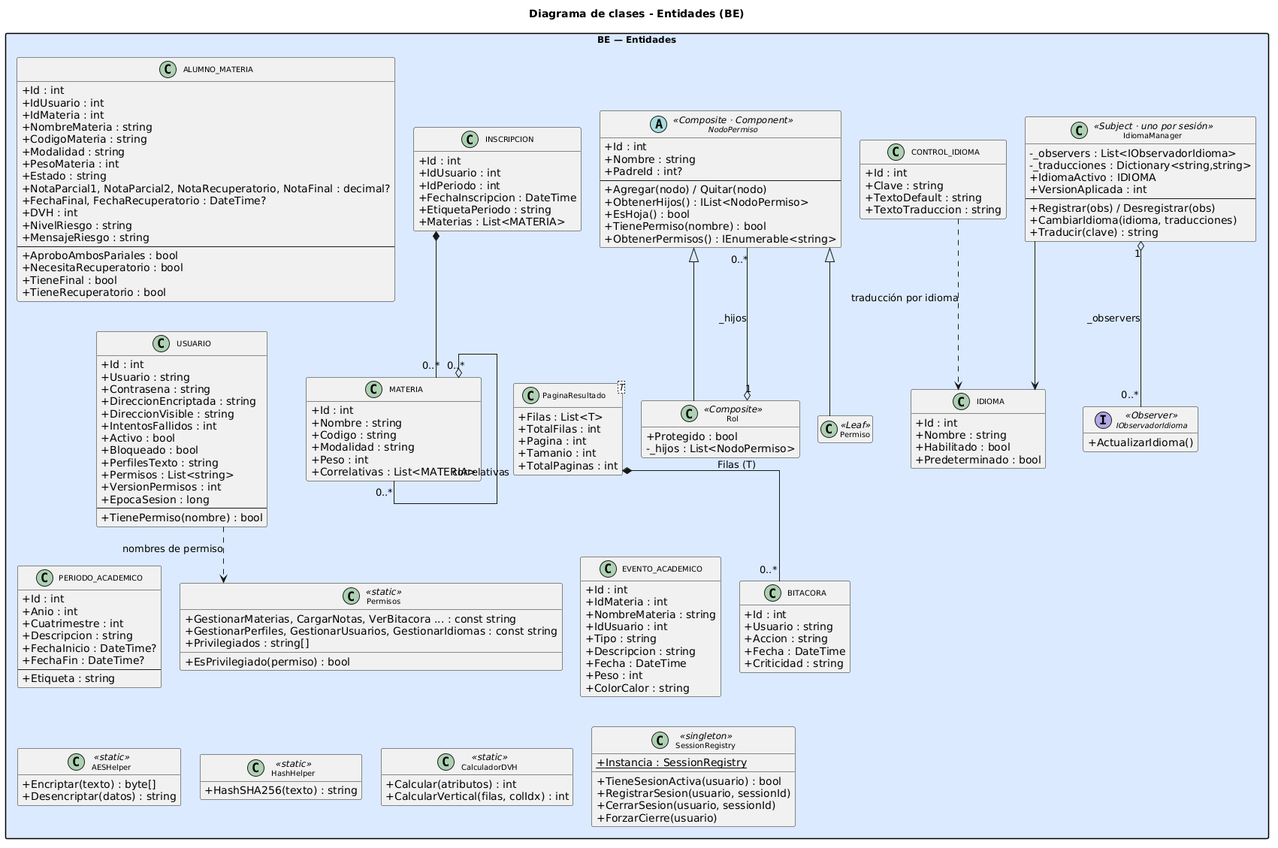
This is DIAGRAMAS/DiagramaClases_BE.png from Urrels/tpDYAWeb, a PlantUML export, as it was before one commit.
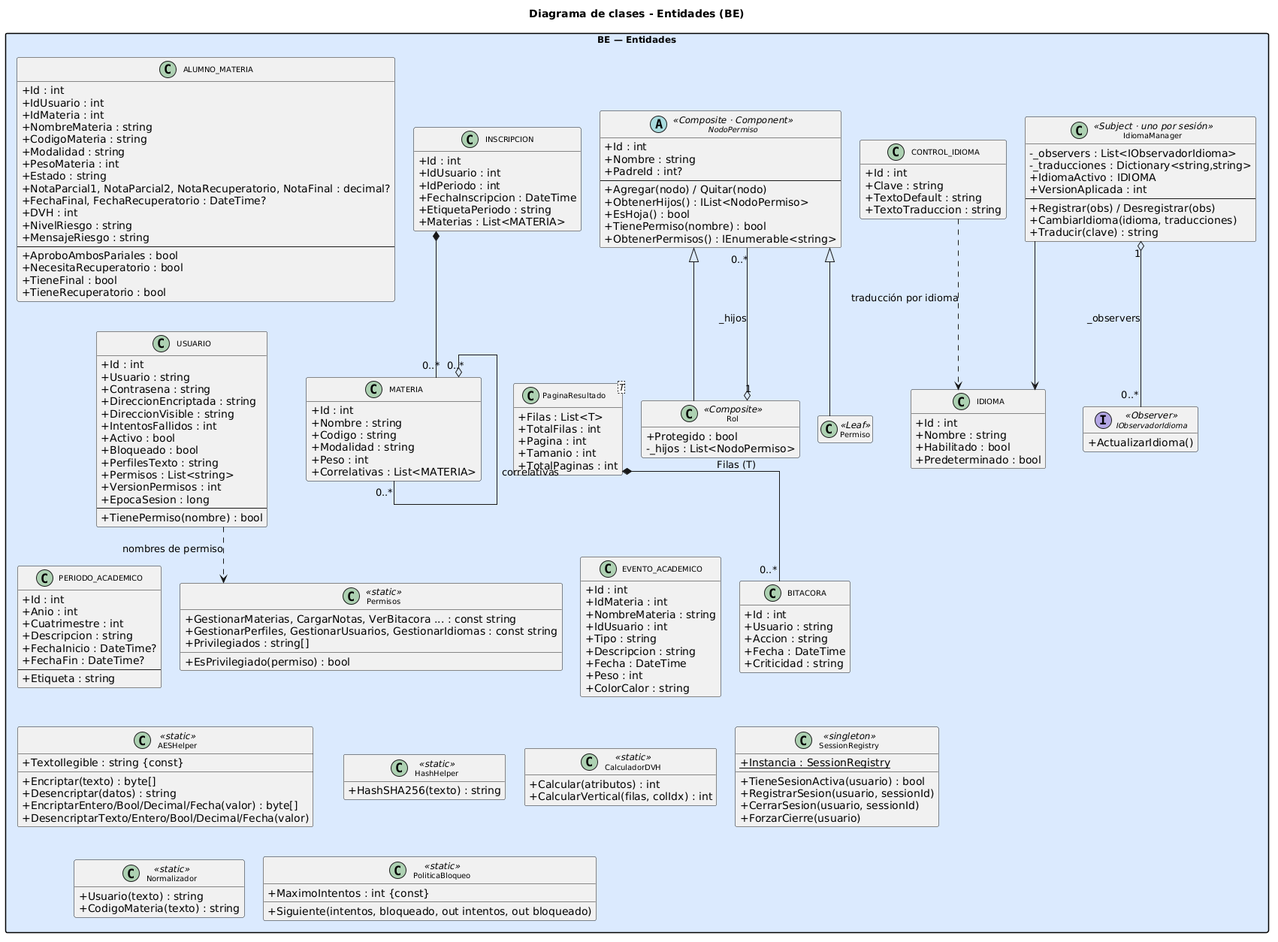
Later version of the same file.

Diff of the diagram source:
```diff
@@ -12,209 +12,196 @@
 skinparam nodesep 12
 skinparam ranksep 40
 skinparam nodesep 25
-
 package "BE — Entidades" as BE #DBEAFE {
-
-  class USUARIO {
-    +Id : int
-    +Usuario : string
-    +Contrasena : string
-    +DireccionEncriptada : string
-    +DireccionVisible : string
-    +IntentosFallidos : int
-    +Activo : bool
-    +Bloqueado : bool
-    +PerfilesTexto : string
-    +Permisos : List<string>
-    +VersionPermisos : int
-    +EpocaSesion : long
-    --
-    +TienePermiso(nombre) : bool
-  }
-
-  class MATERIA {
-    +Id : int
-    +Nombre : string
-    +Codigo : string
-    +Modalidad : string
-    +Peso : int
-    +Correlativas : List<MATERIA>
-  }
-
-  class ALUMNO_MATERIA {
-    +Id : int
-    +IdUsuario : int
-    +IdMateria : int
-    +NombreMateria : string
-    +CodigoMateria : string
-    +Modalidad : string
-    +PesoMateria : int
-    +Estado : string
-    +NotaParcial1, NotaParcial2, NotaRecuperatorio, NotaFinal : decimal?
-    +FechaFinal, FechaRecuperatorio : DateTime?
-    +DVH : int
-    +NivelRiesgo : string
-    +MensajeRiesgo : string
-    --
-    +AproboAmbosPariales : bool
-    +NecesitaRecuperatorio : bool
-    +TieneFinal : bool
-    +TieneRecuperatorio : bool
-  }
-
-  class INSCRIPCION {
-    +Id : int
-    +IdUsuario : int
-    +IdPeriodo : int
-    +FechaInscripcion : DateTime
-    +EtiquetaPeriodo : string
-    +Materias : List<MATERIA>
-  }
-
-  class PERIODO_ACADEMICO {
-    +Id : int
-    +Anio : int
-    +Cuatrimestre : int
-    +Descripcion : string
-    +FechaInicio : DateTime?
-    +FechaFin : DateTime?
-    --
-    +Etiqueta : string
-  }
-
-  class EVENTO_ACADEMICO {
-    +Id : int
-    +IdMateria : int
-    +NombreMateria : string
-    +IdUsuario : int
-    +Tipo : string
-    +Descripcion : string
-    +Fecha : DateTime
-    +Peso : int
-    +ColorCalor : string
-  }
-
-  class BITACORA {
-    +Id : int
-    +Usuario : string
-    +Accion : string
-    +Fecha : DateTime
-    +Criticidad : string
-  }
-
-  abstract class NodoPermiso <<Composite · Component>> {
-    +Id : int
-    +Nombre : string
-    +PadreId : int?
-    --
-    +Agregar(nodo) / Quitar(nodo)
-    +ObtenerHijos() : IList<NodoPermiso>
-    +EsHoja() : bool
-    +TienePermiso(nombre) : bool
-    +ObtenerPermisos() : IEnumerable<string>
-  }
-
-  class Rol <<Composite>> {
-    +Protegido : bool
-    -_hijos : List<NodoPermiso>
-  }
-
-  class Permiso <<Leaf>> {
-  }
-
-  class Permisos <<static>> {
-    +GestionarMaterias, CargarNotas, VerBitacora ... : const string
-    +GestionarPerfiles, GestionarUsuarios, GestionarIdiomas : const string
-    +Privilegiados : string[]
-    +EsPrivilegiado(permiso) : bool
-  }
-
-  class IDIOMA {
-    +Id : int
-    +Nombre : string
-    +Habilitado : bool
-    +Predeterminado : bool
-  }
-
-  class CONTROL_IDIOMA {
-    +Id : int
-    +Clave : string
-    +TextoDefault : string
-    +TextoTraduccion : string
-  }
-
-  interface IObservadorIdioma <<Observer>> {
-    +ActualizarIdioma()
-  }
-
-  class IdiomaManager <<Subject · uno por sesión>> {
-    -_observers : List<IObservadorIdioma>
-    -_traducciones : Dictionary<string,string>
-    +IdiomaActivo : IDIOMA
-    +VersionAplicada : int
-    --
-    +Registrar(obs) / Desregistrar(obs)
-    +CambiarIdioma(idioma, traducciones)
-    +Traducir(clave) : string
-  }
-
-  class "PaginaResultado<T>" as PaginaResultado {
-    +Filas : List<T>
-    +TotalFilas : int
-    +Pagina : int
-    +Tamanio : int
-    +TotalPaginas : int
-  }
-
-  class AESHelper <<static>> {
-    +Encriptar(texto) : byte[]
-    +Desencriptar(datos) : string
-  }
-
-  class HashHelper <<static>> {
-    +HashSHA256(texto) : string
-  }
-
-  class CalculadorDVH <<static>> {
-    +Calcular(atributos) : int
-    +CalcularVertical(filas, colIdx) : int
-  }
-
-
-
-  class SessionRegistry <<singleton>> {
-    +Instancia : SessionRegistry {static}
-    +TieneSesionActiva(usuario) : bool
-    +RegistrarSesion(usuario, sessionId)
-    +CerrarSesion(usuario, sessionId)
-    +ForzarCierre(usuario)
-  }
-
-  MATERIA "0..*" o-- "0..*" MATERIA : correlativas
-  NodoPermiso <|-- Rol
-  NodoPermiso <|-- Permiso
-  Rol "1" o-- "0..*" NodoPermiso : _hijos
-  USUARIO ..> Permisos : nombres de permiso
-  IdiomaManager "1" o-- "0..*" IObservadorIdioma : _observers
-  IdiomaManager --> IDIOMA
-  CONTROL_IDIOMA ..> IDIOMA : traducción por idioma
-  INSCRIPCION *-- "0..*" MATERIA
-  PaginaResultado *-- "0..*" BITACORA : Filas (T)
-
-
-  USUARIO           -[hidden]right-> MATERIA
-  MATERIA           -[hidden]right-> ALUMNO_MATERIA
-  ALUMNO_MATERIA    -[hidden]right-> INSCRIPCION
-  PERIODO_ACADEMICO -[hidden]right-> EVENTO_ACADEMICO
-  EVENTO_ACADEMICO  -[hidden]right-> BITACORA
-  BITACORA          -[hidden]right-> PaginaResultado
-  USUARIO           -[hidden]down-> PERIODO_ACADEMICO
-  MATERIA           -[hidden]down-> EVENTO_ACADEMICO
-  ALUMNO_MATERIA    -[hidden]down-> BITACORA
-  INSCRIPCION       -[hidden]down-> PaginaResultado
-  AESHelper         -[hidden]right-> HashHelper
-  HashHelper        -[hidden]right-> CalculadorDVH
-  CalculadorDVH     -[hidden]right-> SessionRegistry
-  PERIODO_ACADEMICO -[hidden]down-> AESHelper
+class USUARIO {
++Id : int
++Usuario : string
++Contrasena : string
++DireccionEncriptada : string
++DireccionVisible : string
++IntentosFallidos : int
++Activo : bool
++Bloqueado : bool
++PerfilesTexto : string
++Permisos : List<string>
++VersionPermisos : int
++EpocaSesion : long
+--
++TienePermiso(nombre) : bool
+}
+class MATERIA {
++Id : int
++Nombre : string
++Codigo : string
++Modalidad : string
++Peso : int
++Correlativas : List<MATERIA>
+}
+class ALUMNO_MATERIA {
++Id : int
++IdUsuario : int
++IdMateria : int
++NombreMateria : string
++CodigoMateria : string
++Modalidad : string
++PesoMateria : int
++Estado : string
++NotaParcial1, NotaParcial2, NotaRecuperatorio, NotaFinal : decimal?
++FechaFinal, FechaRecuperatorio : DateTime?
++DVH : int
++NivelRiesgo : string
++MensajeRiesgo : string
+--
++AproboAmbosPariales : bool
++NecesitaRecuperatorio : bool
++TieneFinal : bool
++TieneRecuperatorio : bool
+}
+class INSCRIPCION {
++Id : int
++IdUsuario : int
++IdPeriodo : int
++FechaInscripcion : DateTime
++EtiquetaPeriodo : string
++Materias : List<MATERIA>
+}
+class PERIODO_ACADEMICO {
++Id : int
++Anio : int
++Cuatrimestre : int
++Descripcion : string
++FechaInicio : DateTime?
++FechaFin : DateTime?
+--
++Etiqueta : string
+}
+class EVENTO_ACADEMICO {
++Id : int
++IdMateria : int
++NombreMateria : string
++IdUsuario : int
++Tipo : string
++Descripcion : string
++Fecha : DateTime
++Peso : int
++ColorCalor : string
+}
+class BITACORA {
++Id : int
++Usuario : string
++Accion : string
++Fecha : DateTime
++Criticidad : string
+}
+abstract class NodoPermiso <<Composite · Component>> {
++Id : int
++Nombre : string
++PadreId : int?
+--
++Agregar(nodo) / Quitar(nodo)
++ObtenerHijos() : IList<NodoPermiso>
++EsHoja() : bool
++TienePermiso(nombre) : bool
++ObtenerPermisos() : IEnumerable<string>
+}
+class Rol <<Composite>> {
++Protegido : bool
+-_hijos : List<NodoPermiso>
+}
+class Permiso <<Leaf>> {
+}
+class Permisos <<static>> {
++GestionarMaterias, CargarNotas, VerBitacora ... : const string
++GestionarPerfiles, GestionarUsuarios, GestionarIdiomas : const string
++Privilegiados : string[]
++EsPrivilegiado(permiso) : bool
+}
+class IDIOMA {
++Id : int
++Nombre : string
++Habilitado : bool
++Predeterminado : bool
+}
+class CONTROL_IDIOMA {
++Id : int
++Clave : string
++TextoDefault : string
++TextoTraduccion : string
+}
+interface IObservadorIdioma <<Observer>> {
++ActualizarIdioma()
+}
+class IdiomaManager <<Subject · uno por sesión>> {
+-_observers : List<IObservadorIdioma>
+-_traducciones : Dictionary<string,string>
++IdiomaActivo : IDIOMA
++VersionAplicada : int
+--
++Registrar(obs) / Desregistrar(obs)
++CambiarIdioma(idioma, traducciones)
++Traducir(clave) : string
+}
+class "PaginaResultado<T>" as PaginaResultado {
++Filas : List<T>
++TotalFilas : int
++Pagina : int
++Tamanio : int
++TotalPaginas : int
+}
+class AESHelper <<static>> {
++TextoIlegible : string {const}
++Encriptar(texto) : byte[]
++Desencriptar(datos) : string
++EncriptarEntero/Bool/Decimal/Fecha(valor) : byte[]
++DesencriptarTexto/Entero/Bool/Decimal/Fecha(valor)
+}
+class Normalizador <<static>> {
++Usuario(texto) : string
++CodigoMateria(texto) : string
+}
+class PoliticaBloqueo <<static>> {
++MaximoIntentos : int {const}
++Siguiente(intentos, bloqueado, out intentos, out bloqueado)
+}
+class HashHelper <<static>> {
++HashSHA256(texto) : string
+}
+class CalculadorDVH <<static>> {
++Calcular(atributos) : int
++CalcularVertical(filas, colIdx) : int
+}
+class SessionRegistry <<singleton>> {
++Instancia : SessionRegistry {static}
++TieneSesionActiva(usuario) : bool
++RegistrarSesion(usuario, sessionId)
++CerrarSesion(usuario, sessionId)
++ForzarCierre(usuario)
+}
+MATERIA "0..*" o-- "0..*" MATERIA : correlativas
+NodoPermiso <|-- Rol
+NodoPermiso <|-- Permiso
+Rol "1" o-- "0..*" NodoPermiso : _hijos
+USUARIO ..> Permisos : nombres de permiso
+IdiomaManager "1" o-- "0..*" IObservadorIdioma : _observers
+IdiomaManager --> IDIOMA
+CONTROL_IDIOMA ..> IDIOMA : traducción por idioma
+INSCRIPCION *-- "0..*" MATERIA
+PaginaResultado *-- "0..*" BITACORA : Filas (T)
+USUARIO           -[hidden]right-> MATERIA
+MATERIA           -[hidden]right-> ALUMNO_MATERIA
+ALUMNO_MATERIA    -[hidden]right-> INSCRIPCION
+PERIODO_ACADEMICO -[hidden]right-> EVENTO_ACADEMICO
+EVENTO_ACADEMICO  -[hidden]right-> BITACORA
+BITACORA          -[hidden]right-> PaginaResultado
+USUARIO           -[hidden]down-> PERIODO_ACADEMICO
+MATERIA           -[hidden]down-> EVENTO_ACADEMICO
+ALUMNO_MATERIA    -[hidden]down-> BITACORA
+INSCRIPCION       -[hidden]down-> PaginaResultado
+AESHelper         -[hidden]right-> HashHelper
+HashHelper        -[hidden]right-> CalculadorDVH
+CalculadorDVH     -[hidden]right-> SessionRegistry
+PERIODO_ACADEMICO -[hidden]down-> AESHelper
+AESHelper         -[hidden]down-> Normalizador
+HashHelper        -[hidden]down-> PoliticaBloqueo
 }
 @enduml
```
